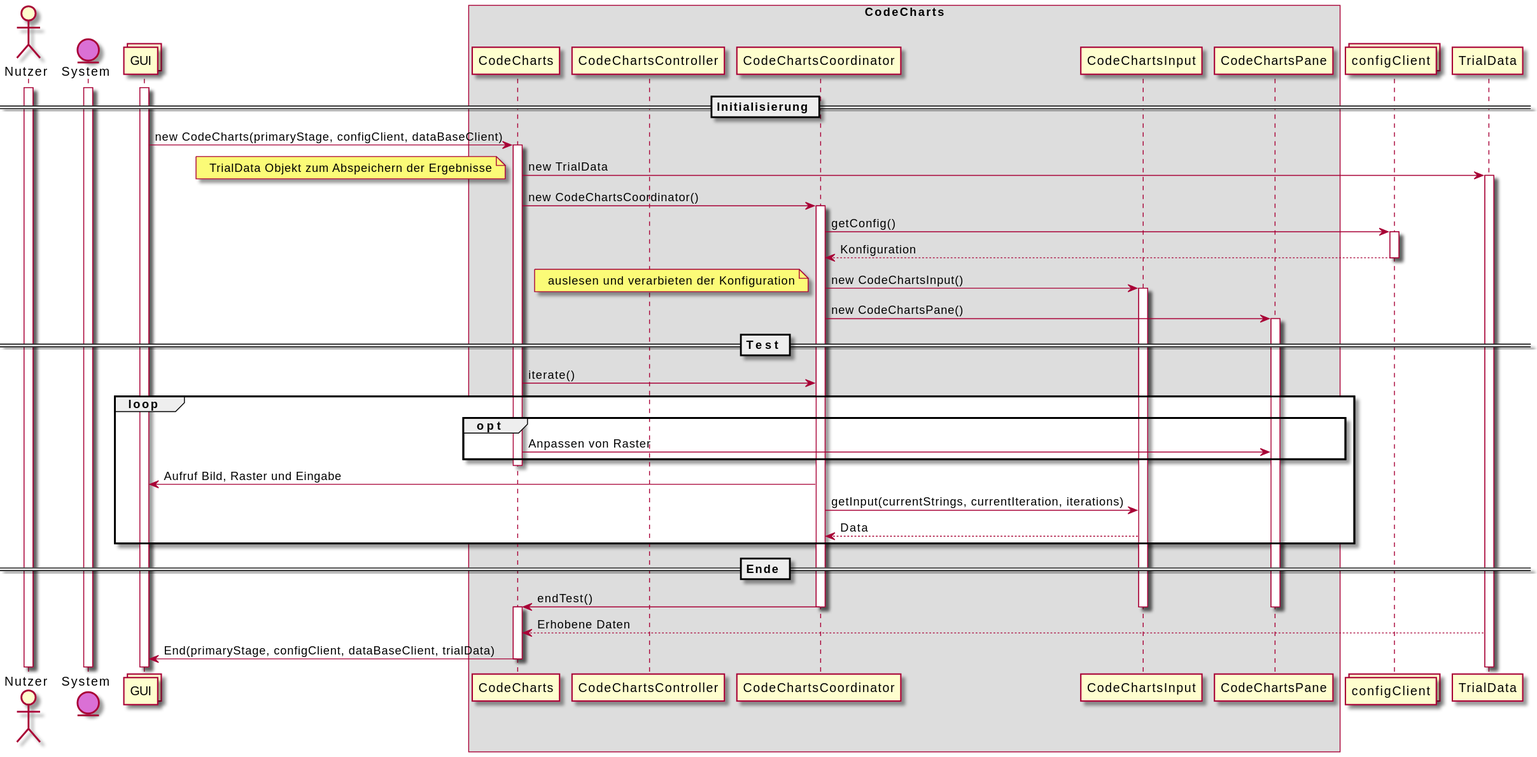
Above: uml-sequence/codecharts/sequenz-codecharts.svg in weichware-10/dokumente (PlantUML), before the change.
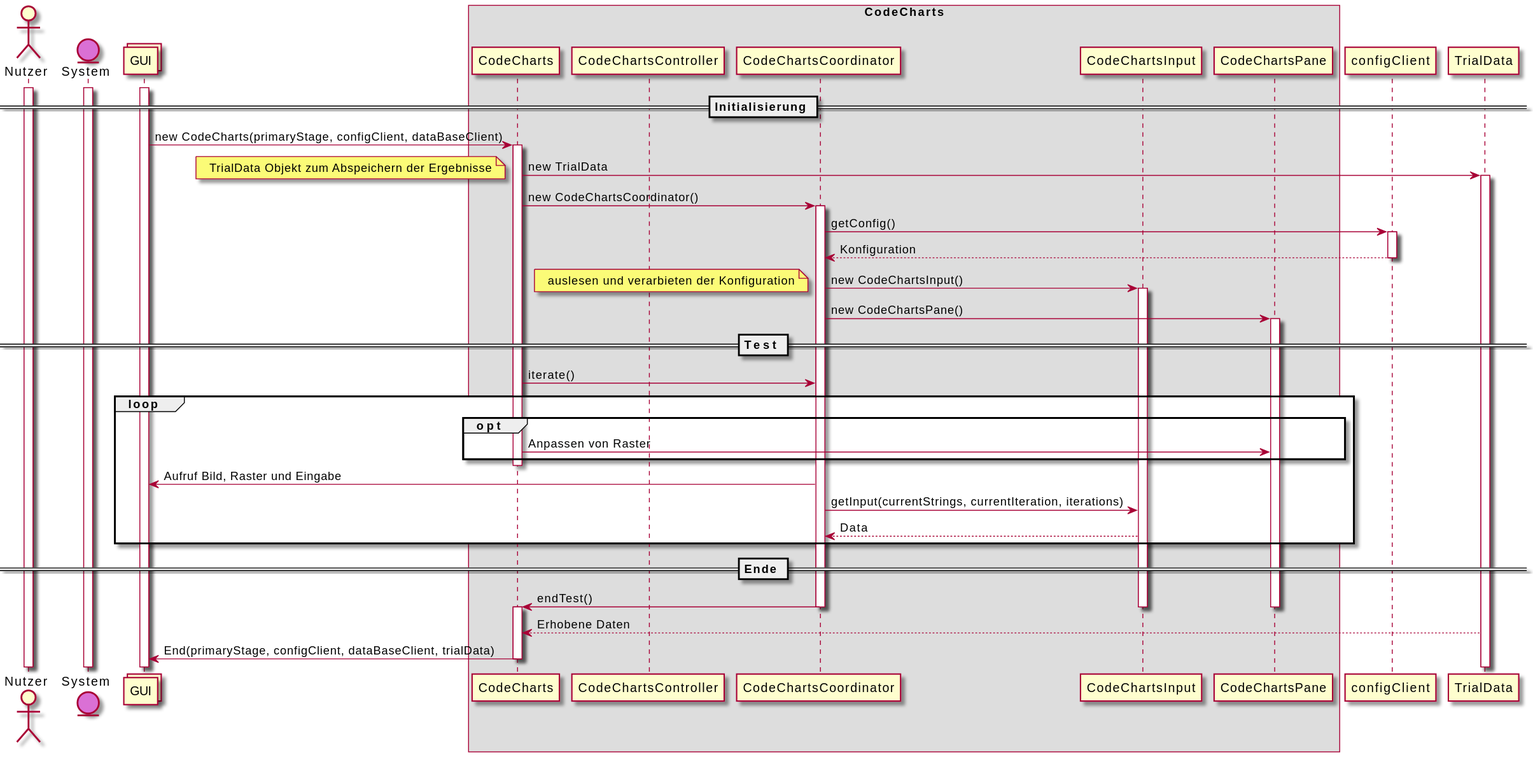
After the commit.

Commit message:
[chore] rendered SVGs

Change to the diagram source:
```diff
@@ -14,7 +14,7 @@
 participant CodeChartsPane          as cp
 end box
 
-collections configClient            as c
+participant configClient            as c
 participant TrialData               as td
 
 activate n
```
